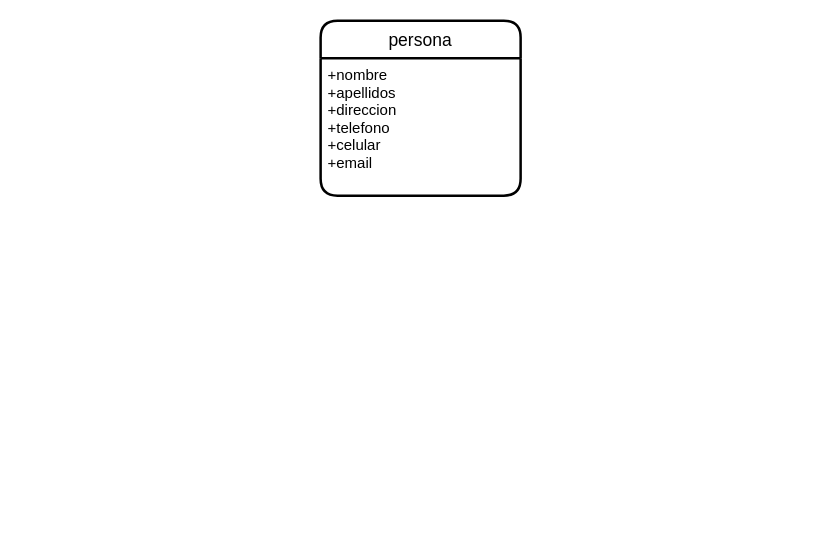
Above: HojasDeVida.drawio in shaten10/hdv (draw.io), before the change. Source tidied: cells renumbered, new cells numbered last; positions are measured from the earlier drawing's top-left corner, leaving out a move shared by most shapes. Both pictures are drawn from the tidied source at 125%, with x=0, y=0 at pixel (320, 20).
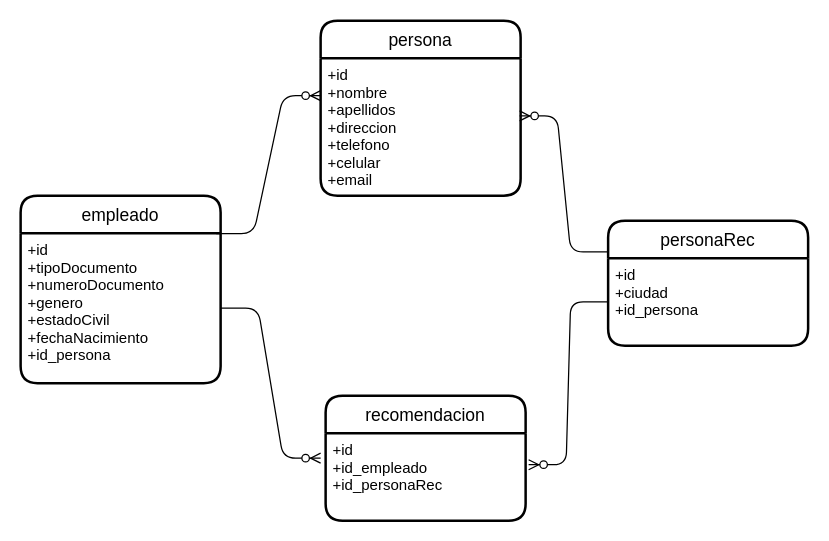
The same page after the edit.

Diff of the diagram source:
```diff
@@
 <mxGraphModel>
   <root>
     <mxCell id="0" />
     <mxCell id="1" parent="0" />
     <mxCell id="2" value="persona" style="swimlane;horizontal=1;startSize=30;rounded=1;fontSize=14;fontStyle=0;strokeWidth=2;shadow=0;dashed=0;align=center;" parent="1" vertex="1">
       <mxGeometry width="160" height="140" as="geometry" />
     </mxCell>
-    <mxCell id="3" value="+nombre&#10;+apellidos&#10;+direccion&#10;+telefono&#10;+celular&#10;+email" style="align=left;strokeColor=none;fillColor=none;spacingLeft=4;fontSize=12;verticalAlign=top;" parent="2" vertex="1">
+    <mxCell id="3" value="+id&#10;+nombre&#10;+apellidos&#10;+direccion&#10;+telefono&#10;+celular&#10;+email" style="align=left;strokeColor=none;fillColor=none;spacingLeft=4;fontSize=12;verticalAlign=top;" parent="2" vertex="1">
       <mxGeometry y="30" width="160" height="110" as="geometry" />
     </mxCell>
+    <mxCell id="4" value="empleado" style="swimlane;horizontal=1;startSize=30;rounded=1;fontSize=14;fontStyle=0;strokeWidth=2;shadow=0;dashed=0;align=center;" parent="1" vertex="1">
+      <mxGeometry x="-240" y="140" width="160" height="150" as="geometry" />
+    </mxCell>
+    <mxCell id="5" value="+id&#10;+tipoDocumento&#10;+numeroDocumento&#10;+genero&#10;+estadoCivil&#10;+fechaNacimiento&#10;+id_persona&#10;" style="align=left;strokeColor=none;fillColor=none;spacingLeft=4;fontSize=12;verticalAlign=top;" parent="4" vertex="1">
+      <mxGeometry y="30" width="160" height="120" as="geometry" />
+    </mxCell>
+    <mxCell id="6" value="personaRec" style="swimlane;horizontal=1;startSize=30;rounded=1;fontSize=14;fontStyle=0;strokeWidth=2;shadow=0;dashed=0;align=center;" parent="1" vertex="1">
+      <mxGeometry x="230" y="160" width="160" height="100" as="geometry" />
+    </mxCell>
+    <mxCell id="7" value="+id&#10;+ciudad&#10;+id_persona" style="align=left;strokeColor=none;fillColor=none;spacingLeft=4;fontSize=12;verticalAlign=top;" parent="6" vertex="1">
+      <mxGeometry y="30" width="160" height="70" as="geometry" />
+    </mxCell>
+    <mxCell id="8" style="edgeStyle=entityRelationEdgeStyle;fontSize=12;html=1;endArrow=ERzeroToMany;endFill=1;exitX=0.978;exitY=0.203;exitDx=0;exitDy=0;exitPerimeter=0;entryX=0;entryY=0.273;entryDx=0;entryDy=0;entryPerimeter=0;" parent="1" edge="1" source="4" target="3">
+      <mxGeometry relative="1" as="geometry" />
+    </mxCell>
+    <mxCell id="9" style="edgeStyle=entityRelationEdgeStyle;fontSize=12;html=1;endArrow=ERzeroToMany;endFill=1;exitX=0;exitY=0.25;exitDx=0;exitDy=0;entryX=0.995;entryY=0.42;entryDx=0;entryDy=0;entryPerimeter=0;" parent="1" edge="1" source="6" target="3">
+      <mxGeometry relative="1" as="geometry" />
+    </mxCell>
+    <mxCell id="10" value="recomendacion" style="swimlane;horizontal=1;startSize=30;rounded=1;fontSize=14;fontStyle=0;strokeWidth=2;shadow=0;dashed=0;align=center;" parent="1" vertex="1">
+      <mxGeometry x="4" y="300" width="160" height="100" as="geometry" />
+    </mxCell>
+    <mxCell id="11" value="+id&#10;+id_empleado&#10;+id_personaRec" style="align=left;strokeColor=none;fillColor=none;spacingLeft=4;fontSize=12;verticalAlign=top;" parent="10" vertex="1">
+      <mxGeometry y="30" width="160" height="70" as="geometry" />
+    </mxCell>
+    <mxCell id="12" style="edgeStyle=entityRelationEdgeStyle;fontSize=12;html=1;endArrow=ERzeroToMany;endFill=1;" parent="1" edge="1" source="5">
+      <mxGeometry relative="1" as="geometry">
+        <mxPoint y="350" as="targetPoint" />
+      </mxGeometry>
+    </mxCell>
+    <mxCell id="13" style="edgeStyle=entityRelationEdgeStyle;fontSize=12;html=1;endArrow=ERzeroToMany;endFill=1;exitX=0;exitY=0.5;exitDx=0;exitDy=0;entryX=1.015;entryY=0.361;entryDx=0;entryDy=0;entryPerimeter=0;" parent="1" edge="1" source="7" target="11">
+      <mxGeometry relative="1" as="geometry" />
+    </mxCell>
   </root>
 </mxGraphModel>
```
